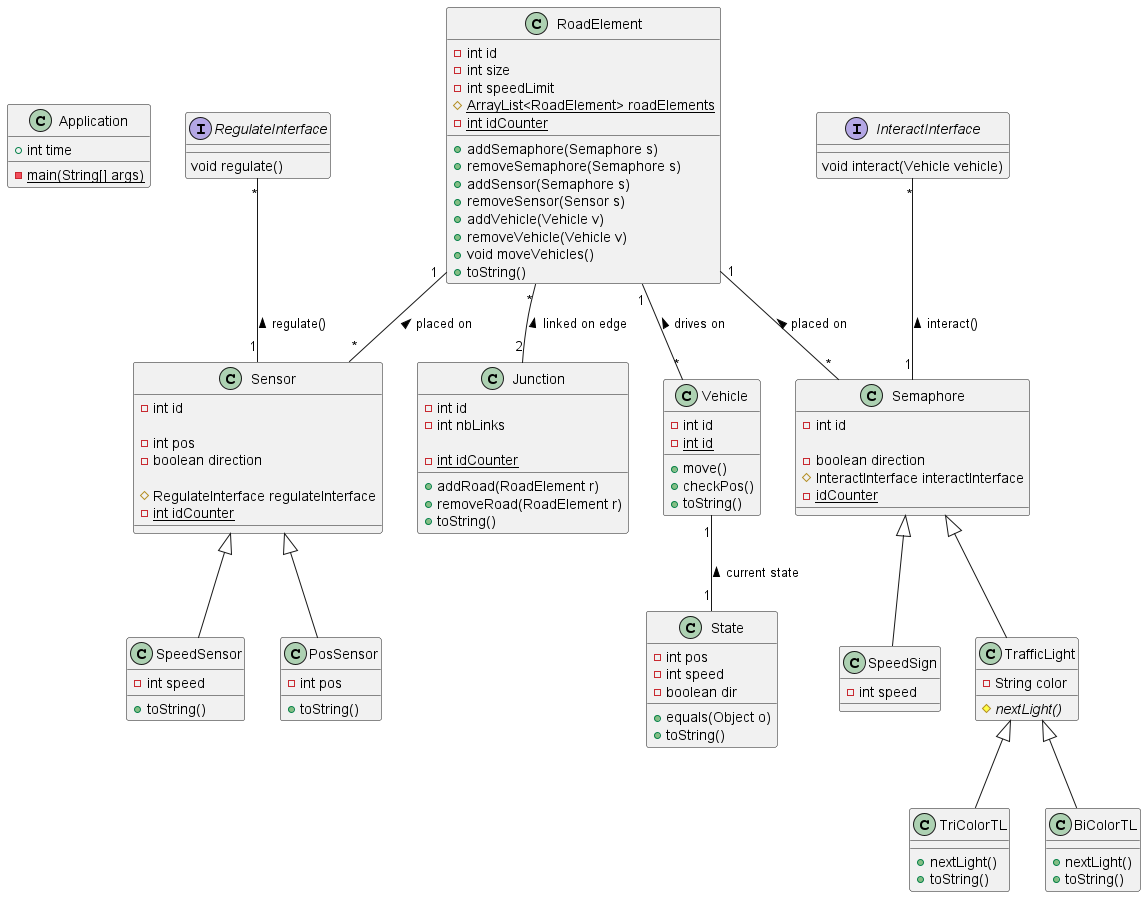
The PlantUML diagram UMLRendu.png in PedroEVHV/Simulation_reseau_routier, before a commit.
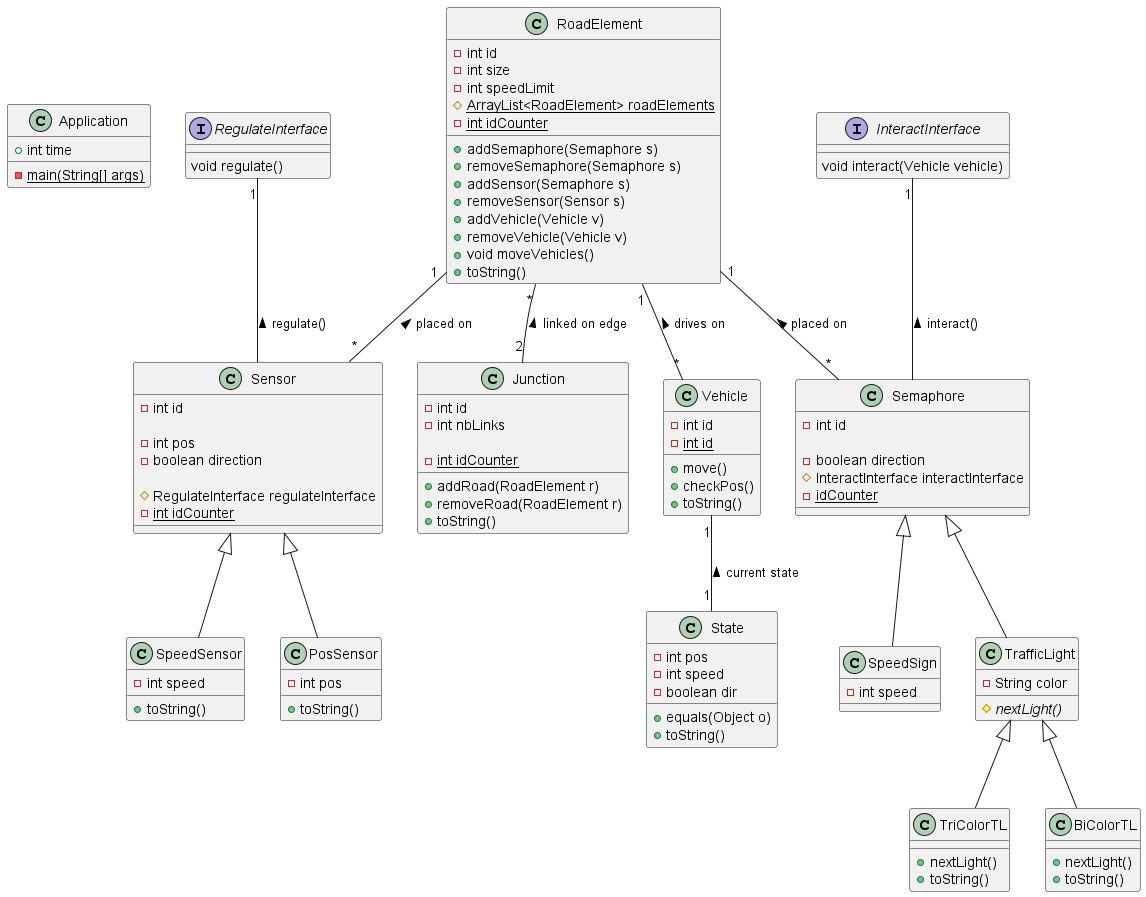
After the commit.

Commit message:
Dev: derniers détails

The edit, as a diff of the source:
```diff
@@ -123,9 +123,9 @@
 Vehicle "1" -- "1"State : current state <
 
 
-InteractInterface "*" -- "1" Semaphore : interact() <
+InteractInterface "1" --  Semaphore : interact() <
 
-RegulateInterface "*" -- "1" Sensor : regulate() <
+RegulateInterface "1" --  Sensor : regulate() <
 
 
 
```
